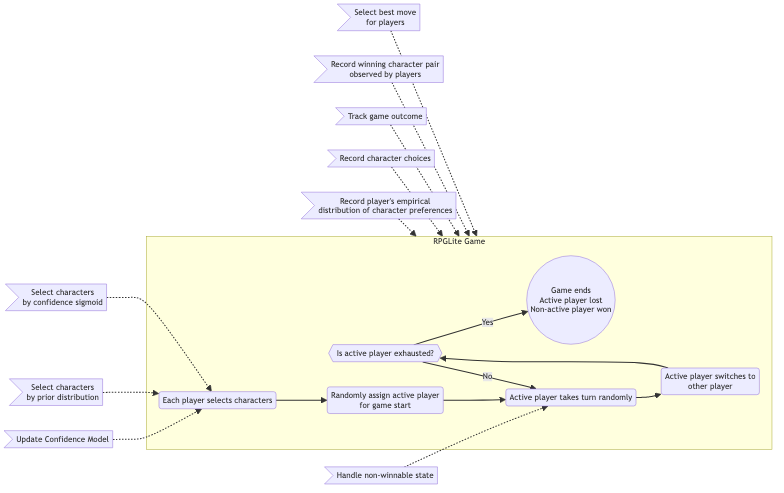
probablytom/Thesis keeps this Mermaid diagram as 60_optimisation_with_aspects/diagrams/aspect_applied_model.png. Above is the earlier version. Its source is kept beside it as 60_optimisation_with_aspects/diagrams/aspect_applied_model.mmd. The source it was exported from:
```mermaid
flowchart LR
    updateConfidenceModel>Update Confidence Model]
    recordPrior>Record player's empirical\ndistribution of character preferences]
    chooseBasedOnPrior>Select characters\nby prior distribution]
    chooseBasedOnConfidence>Select characters\nby confidence sigmoid]
    recordChoices>Record character choices]
    trackGameOutcome>Track game outcome]
    recordWinningPair>Record winning character pair\nobserved by players]
    ensureBestMove>Select best move\nfor players]
    cannotWin>Handle non-winnable state]


    pickChars(Each player selects characters)
    assignFirst(Randomly assign active player\nfor game start)
    takeTurn(Active player takes turn randomly)
    swapActive(Active player switches to\nother player)
    gameEndedCheck{{Is active player exhausted?}}
    gameEnd((Game ends\nActive player lost\nNon-active player won))

    updateConfidenceModel -.-> pickChars
    recordPrior -.-> gameplay
    chooseBasedOnPrior -.-> pickChars
    chooseBasedOnConfidence -.-> pickChars
    recordChoices -.-> gameplay
    trackGameOutcome -.-> gameplay
    recordWinningPair -.-> gameplay
    ensureBestMove -.-> gameplay

    cannotWin -.-> takeTurn

    subgraph gameplay [RPGLite Game]
        pickChars --> assignFirst --> takeTurn --> swapActive --> gameEndedCheck -- Yes --> gameEnd
        gameEndedCheck -- No --> takeTurn
    end
```
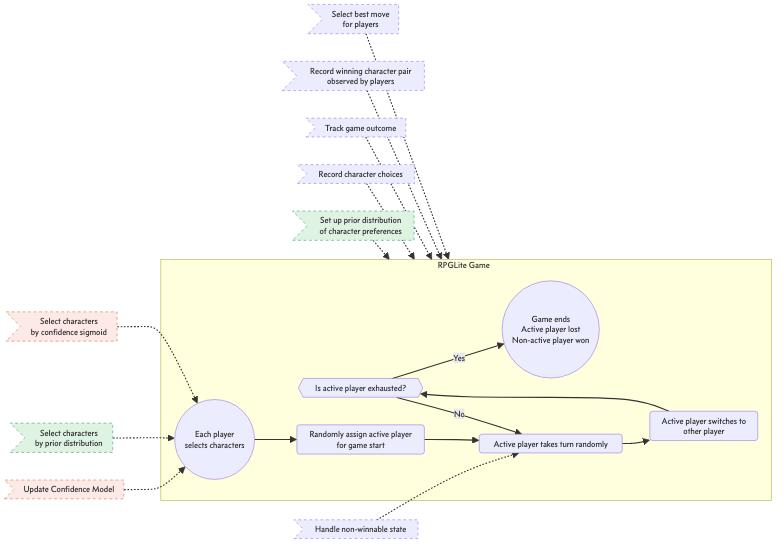
Above is the later version.

What changed in the source:
```diff
@@ -1,6 +1,6 @@
 flowchart LR
     updateConfidenceModel>Update Confidence Model]
-    recordPrior>Record player's empirical\ndistribution of character preferences]
+    recordPrior>Set up prior distribution\nof character preferences]
     chooseBasedOnPrior>Select characters\nby prior distribution]
     chooseBasedOnConfidence>Select characters\nby confidence sigmoid]
     recordChoices>Record character choices]
@@ -9,8 +9,22 @@
     ensureBestMove>Select best move\nfor players]
     cannotWin>Handle non-winnable state]
 
+    class updateConfidenceModel aspect
+    class recordPrior aspect
+    class chooseBasedOnPrior aspect
+    class chooseBasedOnConfidence aspect
+    class recordChoices aspect
+    class trackGameOutcome aspect
+    class recordWinningPair aspect
+    class ensureBestMove aspect
+    class cannotWin aspect
 
-    pickChars(Each player selects characters)
+    class recordPrior priorDistributionModel
+    class chooseBasedOnPrior priorDistributionModel
+    class updateConfidenceModel learningModel
+    class chooseBasedOnConfidence learningModel
+
+    pickChars((Each player\nselects characters))
     assignFirst(Randomly assign active player\nfor game start)
     takeTurn(Active player takes turn randomly)
     swapActive(Active player switches to\nother player)
```
